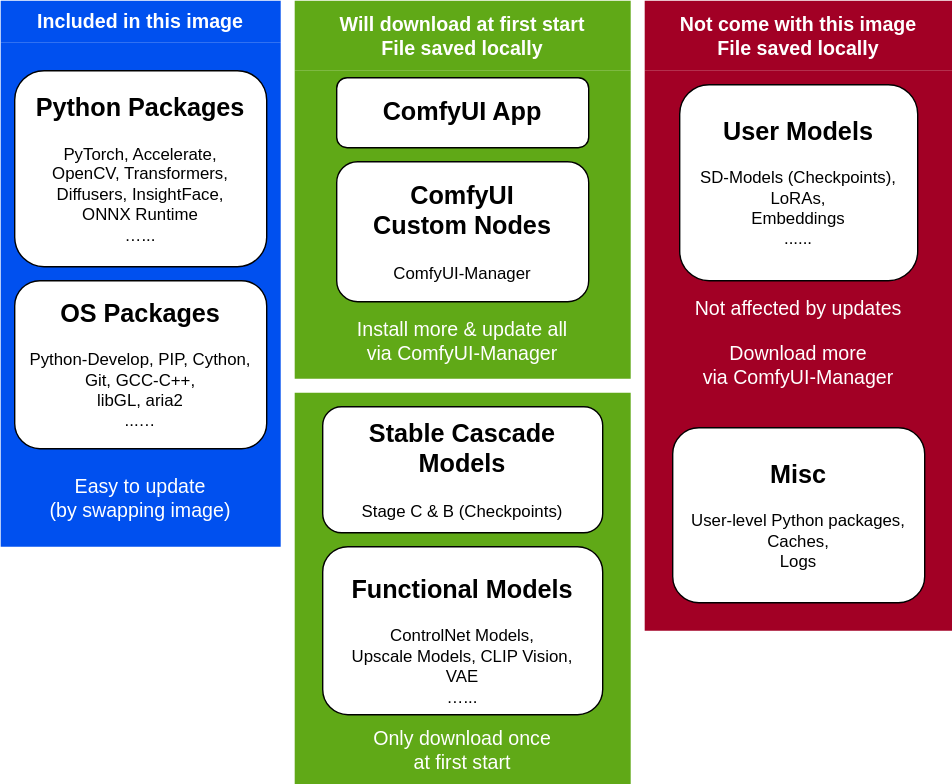
YanWenKun/ComfyUI-Docker keeps this draw.io diagram as docs/chart-concept.svg. Above is the earlier version. Source tidied: cells renumbered, new cells last; positions are measured from the earlier drawing's top-left corner, leaving out a move shared by most shapes.
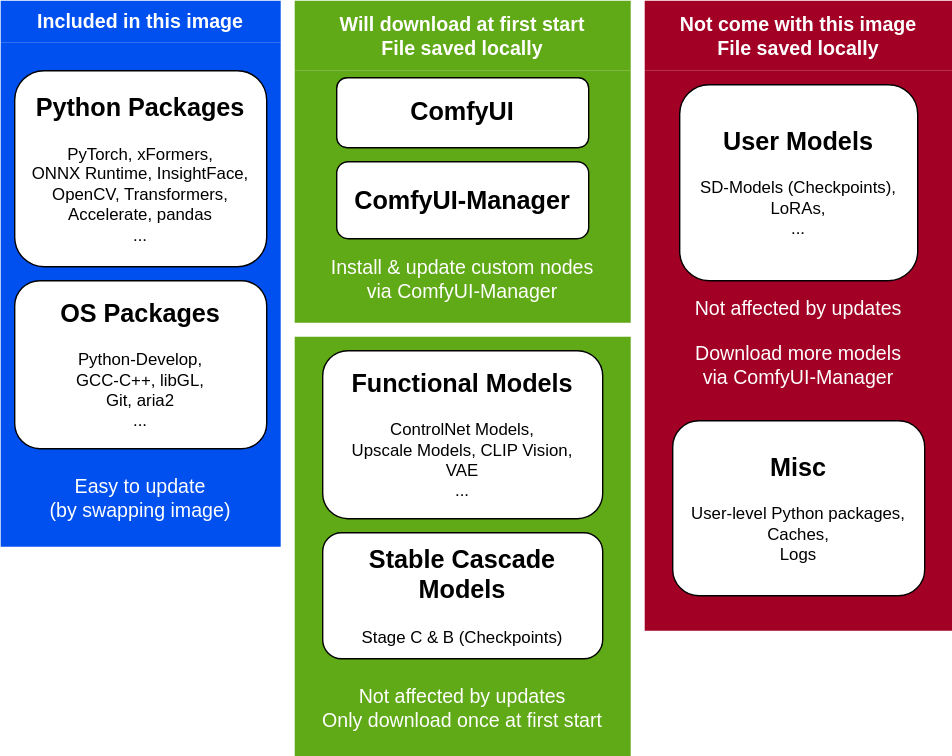
Above is the later version.

The edit, as a diff of the source:
```diff
@@ -5,53 +5,53 @@
     <mxCell id="2" value="Included in this image" style="swimlane;whiteSpace=wrap;html=1;fillColor=#0050ef;strokeColor=none;fontColor=#ffffff;fillStyle=auto;swimlaneFillColor=#0050EF;fontSize=14;fontFamily=Helvetica;swimlaneLine=0;shadow=0;rounded=0;glass=0;startSize=30;" parent="1" vertex="1">
       <mxGeometry width="200" height="390" as="geometry" />
     </mxCell>
-    <mxCell id="3" value="&lt;h2&gt;Python Packages&lt;/h2&gt;&lt;div&gt;PyTorch, Accelerate,&lt;/div&gt;&lt;div&gt;OpenCV, Transformers,&lt;/div&gt;&lt;div&gt;Diffusers,&amp;nbsp;&lt;span style=&quot;background-color: initial;&quot;&gt;InsightFace,&lt;/span&gt;&lt;/div&gt;&lt;div&gt;ONNX Runtime&lt;/div&gt;&lt;div&gt;…...&lt;/div&gt;&lt;div&gt;&lt;br&gt;&lt;/div&gt;" style="rounded=1;whiteSpace=wrap;html=1;" parent="2" vertex="1">
+    <mxCell id="3" value="&lt;h2&gt;Python Packages&lt;/h2&gt;PyTorch, xFormers,&lt;br&gt;ONNX Runtime, InsightFace,&lt;br&gt;OpenCV, Transformers,&lt;br&gt;Accelerate, pandas&lt;br&gt;...&lt;div&gt;&lt;br&gt;&lt;/div&gt;" style="rounded=1;whiteSpace=wrap;html=1;" parent="2" vertex="1">
       <mxGeometry x="10" y="50" width="180" height="140" as="geometry" />
     </mxCell>
-    <mxCell id="4" value="&lt;h2&gt;OS Packages&lt;/h2&gt;&lt;div&gt;Python-Develop, PIP, Cython,&lt;/div&gt;&lt;div&gt;Git,&amp;nbsp;&lt;span style=&quot;background-color: initial;&quot;&gt;GCC-C++,&lt;/span&gt;&lt;/div&gt;libGL, aria2&lt;span style=&quot;background-color: initial;&quot;&gt;&lt;br&gt;...…&lt;br&gt;&lt;br&gt;&lt;/span&gt;" style="rounded=1;whiteSpace=wrap;html=1;" parent="2" vertex="1">
+    <mxCell id="4" value="&lt;h2&gt;OS Packages&lt;/h2&gt;&lt;div&gt;Python-Develop,&lt;br&gt;&lt;/div&gt;&lt;div&gt;&lt;span style=&quot;background-color: initial;&quot;&gt;GCC-C++, &lt;/span&gt;libGL,&lt;/div&gt;&lt;div&gt;Git, aria2&lt;/div&gt;&lt;div&gt;&lt;span style=&quot;background-color: initial;&quot;&gt;...&lt;br&gt;&lt;/span&gt;&lt;/div&gt;&lt;div&gt;&lt;span style=&quot;background-color: initial;&quot;&gt;&lt;br&gt;&lt;/span&gt;&lt;/div&gt;" style="rounded=1;whiteSpace=wrap;html=1;" parent="2" vertex="1">
       <mxGeometry x="10" y="200" width="180" height="120" as="geometry" />
     </mxCell>
     <mxCell id="5" value="Easy to update&lt;br&gt;(by swapping image)" style="text;html=1;align=center;verticalAlign=middle;whiteSpace=wrap;rounded=0;fontColor=#FFFFFF;fontSize=14;" parent="2" vertex="1">
       <mxGeometry x="30" y="340" width="140" height="30" as="geometry" />
     </mxCell>
     <mxCell id="6" value="Will download at first start&lt;br style=&quot;font-size: 14px;&quot;&gt;File saved locally" style="swimlane;whiteSpace=wrap;html=1;startSize=50;fillColor=#60a917;fontColor=#ffffff;strokeColor=none;fontSize=14;fontFamily=Helvetica;swimlaneFillColor=#60A917;swimlaneLine=0;shadow=0;glass=0;" parent="1" vertex="1">
-      <mxGeometry x="210" width="240" height="270" as="geometry" />
+      <mxGeometry x="210" width="240" height="230" as="geometry" />
     </mxCell>
-    <mxCell id="7" value="&lt;h2&gt;ComfyUI App&lt;/h2&gt;" style="rounded=1;whiteSpace=wrap;html=1;" parent="6" vertex="1">
+    <mxCell id="7" value="&lt;h2&gt;ComfyUI&lt;/h2&gt;" style="rounded=1;whiteSpace=wrap;html=1;" parent="6" vertex="1">
       <mxGeometry x="30" y="55" width="180" height="50" as="geometry" />
     </mxCell>
-    <mxCell id="8" value="&lt;h2&gt;ComfyUI&lt;br&gt;Custom Nodes&lt;/h2&gt;ComfyUI-Manager&lt;br&gt;&lt;div&gt;&lt;br&gt;&lt;/div&gt;" style="rounded=1;whiteSpace=wrap;html=1;" parent="6" vertex="1">
-      <mxGeometry x="30" y="115" width="180" height="100" as="geometry" />
+    <mxCell id="8" value="&lt;h2&gt;ComfyUI-Manager&lt;/h2&gt;" style="rounded=1;whiteSpace=wrap;html=1;" parent="6" vertex="1">
+      <mxGeometry x="30" y="115" width="180" height="55" as="geometry" />
     </mxCell>
-    <mxCell id="9" value="Install more &amp;amp; update all&lt;br&gt;via ComfyUI-Manager" style="text;html=1;align=center;verticalAlign=middle;whiteSpace=wrap;rounded=0;fontColor=#FFFFFF;fontSize=14;" parent="6" vertex="1">
-      <mxGeometry y="228" width="240" height="30" as="geometry" />
+    <mxCell id="9" value="&lt;div&gt;Install &amp;amp; update custom nodes&lt;br&gt;&lt;/div&gt;via ComfyUI-Manager" style="text;html=1;align=center;verticalAlign=middle;whiteSpace=wrap;rounded=0;fontColor=#FFFFFF;fontSize=14;" parent="6" vertex="1">
+      <mxGeometry y="174" width="240" height="50" as="geometry" />
     </mxCell>
     <mxCell id="10" value="Not come with this image&lt;br&gt;File saved locally" style="swimlane;whiteSpace=wrap;html=1;fontSize=14;fillColor=#a20025;fontColor=#ffffff;strokeColor=none;swimlaneLine=0;swimlaneFillColor=#A20025;startSize=50;" parent="1" vertex="1">
       <mxGeometry x="460" width="220" height="450" as="geometry" />
     </mxCell>
-    <mxCell id="11" value="&lt;h2&gt;User Models&lt;/h2&gt;&lt;div&gt;SD-Models (Checkpoints), LoRAs,&lt;/div&gt;&lt;div&gt;Embeddings&lt;/div&gt;&lt;div&gt;......&lt;/div&gt;&lt;div&gt;&lt;br&gt;&lt;/div&gt;" style="rounded=1;whiteSpace=wrap;html=1;" parent="10" vertex="1">
+    <mxCell id="11" value="&lt;h2&gt;User Models&lt;/h2&gt;&lt;div&gt;SD-Models (Checkpoints), LoRAs,&lt;/div&gt;&lt;div&gt;...&lt;/div&gt;&lt;div&gt;&lt;br&gt;&lt;/div&gt;" style="rounded=1;whiteSpace=wrap;html=1;" parent="10" vertex="1">
       <mxGeometry x="25" y="60" width="170" height="140" as="geometry" />
     </mxCell>
     <mxCell id="12" value="&lt;h2&gt;Misc&lt;/h2&gt;User-level Python packages,&lt;br&gt;Caches,&lt;br&gt;Logs&lt;div&gt;&lt;br&gt;&lt;/div&gt;" style="rounded=1;whiteSpace=wrap;html=1;glass=0;" parent="10" vertex="1">
-      <mxGeometry x="20" y="305" width="180" height="125" as="geometry" />
+      <mxGeometry x="20" y="300" width="180" height="125" as="geometry" />
     </mxCell>
     <mxCell id="13" value="Not affected by updates" style="text;html=1;align=center;verticalAlign=middle;whiteSpace=wrap;rounded=0;fontColor=#FFFFFF;fontSize=14;" parent="10" vertex="1">
       <mxGeometry y="200" width="220" height="40" as="geometry" />
     </mxCell>
-    <mxCell id="14" value="Download more&lt;br&gt;via ComfyUI-Manager" style="text;html=1;align=center;verticalAlign=middle;whiteSpace=wrap;rounded=0;fontColor=#FFFFFF;fontSize=14;" parent="10" vertex="1">
+    <mxCell id="14" value="Download more models&lt;br&gt;via ComfyUI-Manager" style="text;html=1;align=center;verticalAlign=middle;whiteSpace=wrap;rounded=0;fontColor=#FFFFFF;fontSize=14;" parent="10" vertex="1">
       <mxGeometry y="240" width="220" height="40" as="geometry" />
     </mxCell>
     <mxCell id="15" style="swimlane;startSize=0;strokeColor=none;swimlaneLine=0;fillColor=none;swimlaneFillColor=#60A917;" parent="1" vertex="1">
-      <mxGeometry x="210" y="280" width="240" height="280" as="geometry" />
+      <mxGeometry x="210" y="240" width="240" height="300" as="geometry" />
     </mxCell>
-    <mxCell id="16" value="&lt;h2&gt;Functional&amp;nbsp;Models&lt;/h2&gt;&lt;div&gt;ControlNet Models&lt;span style=&quot;background-color: initial;&quot;&gt;,&lt;/span&gt;&lt;/div&gt;&lt;div&gt;Upscale Models,&amp;nbsp;&lt;span style=&quot;background-color: initial;&quot;&gt;CLIP Vision,&lt;/span&gt;&lt;/div&gt;&lt;div&gt;&lt;span style=&quot;background-color: initial;&quot;&gt;VAE&lt;/span&gt;&lt;/div&gt;&lt;div&gt;&lt;span style=&quot;background-color: initial;&quot;&gt;…...&lt;/span&gt;&lt;/div&gt;" style="rounded=1;whiteSpace=wrap;html=1;" parent="15" vertex="1">
-      <mxGeometry x="20" y="110" width="200" height="120" as="geometry" />
+    <mxCell id="16" value="&lt;h2&gt;Functional&amp;nbsp;Models&lt;/h2&gt;&lt;div&gt;ControlNet Models&lt;span style=&quot;background-color: initial;&quot;&gt;,&lt;/span&gt;&lt;/div&gt;&lt;div&gt;Upscale Models,&amp;nbsp;&lt;span style=&quot;background-color: initial;&quot;&gt;CLIP Vision,&lt;/span&gt;&lt;/div&gt;&lt;div&gt;&lt;span style=&quot;background-color: initial;&quot;&gt;VAE&lt;/span&gt;&lt;/div&gt;&lt;div&gt;&lt;span style=&quot;background-color: initial;&quot;&gt;...&lt;br&gt;&lt;/span&gt;&lt;/div&gt;&lt;div&gt;&lt;br&gt;&lt;/div&gt;" style="rounded=1;whiteSpace=wrap;html=1;" parent="15" vertex="1">
+      <mxGeometry x="20" y="10" width="200" height="120" as="geometry" />
     </mxCell>
-    <mxCell id="17" value="Only download once &lt;br&gt;at first start" style="text;html=1;align=center;verticalAlign=middle;whiteSpace=wrap;rounded=0;fontColor=#FFFFFF;fontSize=14;" parent="15" vertex="1">
-      <mxGeometry x="35" y="240" width="170" height="30" as="geometry" />
+    <mxCell id="17" value="&lt;div&gt;Not affected by updates&lt;br&gt;&lt;/div&gt;&lt;div&gt;Only download once at first start&lt;/div&gt;" style="text;html=1;align=center;verticalAlign=middle;whiteSpace=wrap;rounded=0;fontColor=#FFFFFF;fontSize=14;" parent="15" vertex="1">
+      <mxGeometry y="240" width="240" height="50" as="geometry" />
     </mxCell>
     <mxCell id="18" value="&lt;h2&gt;Stable Cascade&lt;br&gt;Models&lt;/h2&gt;&lt;div&gt;Stage C &amp;amp; B (Checkpoints)&lt;/div&gt;&lt;div&gt;&lt;br&gt;&lt;/div&gt;" style="rounded=1;whiteSpace=wrap;html=1;" parent="15" vertex="1">
-      <mxGeometry x="20" y="10" width="200" height="90" as="geometry" />
+      <mxGeometry x="20" y="140" width="200" height="90" as="geometry" />
     </mxCell>
   </root>
 </mxGraphModel>
```
